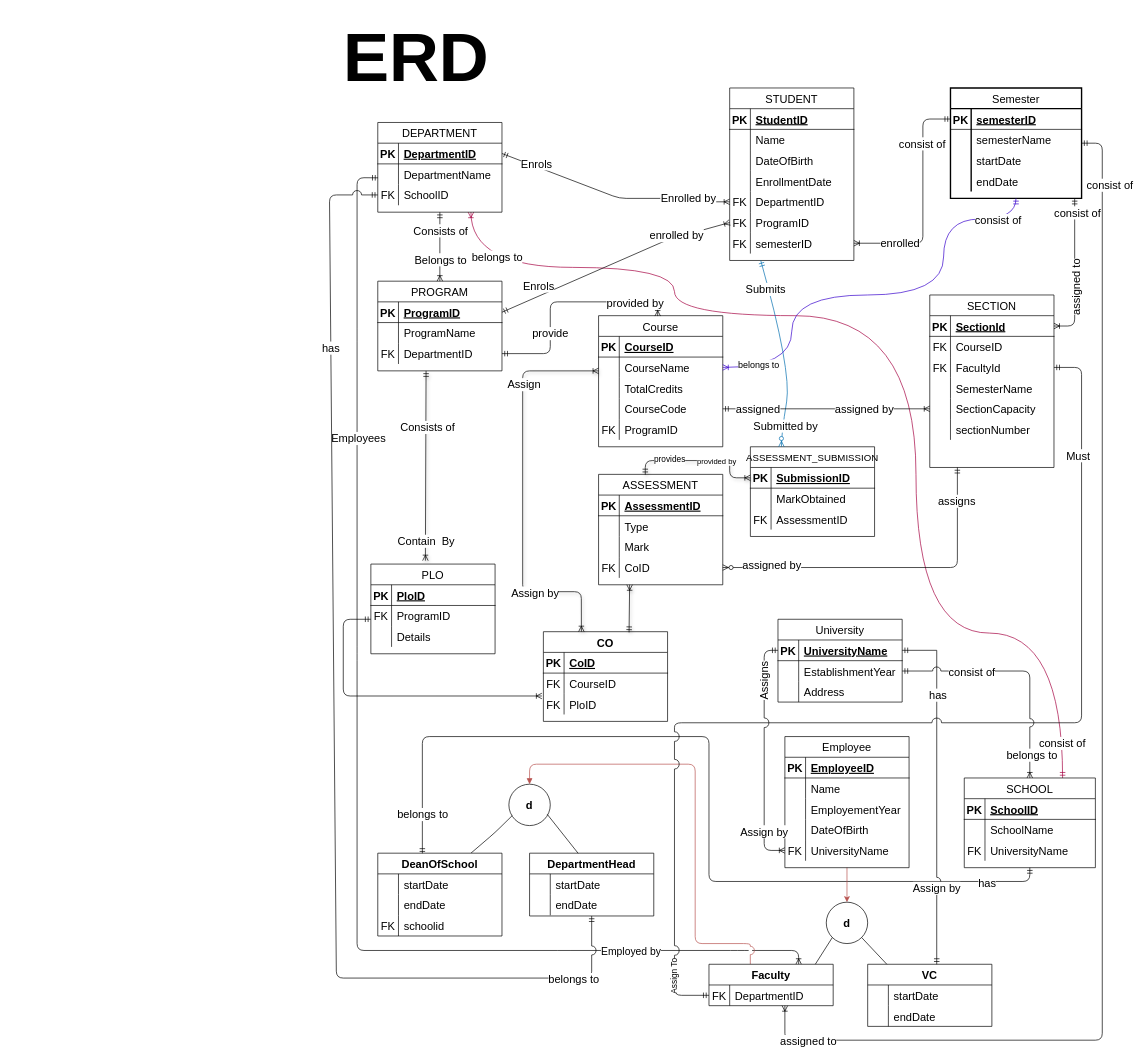
This is Report/Basic Draft/erd/ERDFINALVERSION.drawio from moon672/cse-303-1-spring-2021-group-3, a draw.io file, before an edit. Source tidied: cells renumbered, new cells numbered last; positions are measured from the earlier drawing's top-left corner, leaving out a move shared by most shapes. Both pictures are drawn from the tidied source at 69%, with x=0, y=0 at pixel (12, 12).
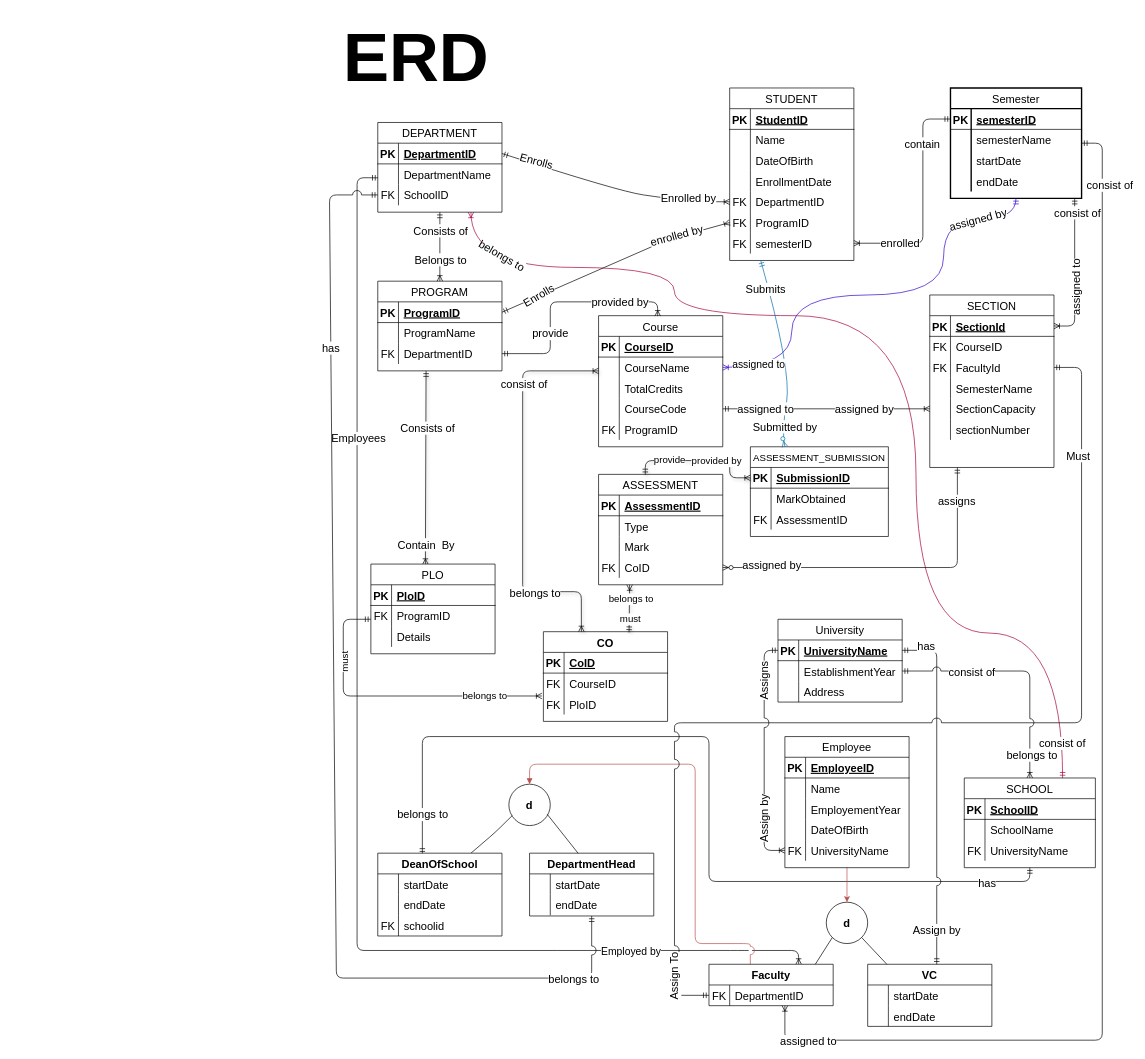
The same diagram, later.

Commit message (it also covers changes not shown here):
Buisness rules/ERD updated

Unchanged cells that the change refers to:
```xml
<mxCell id="15" style="shape=partialRectangle;fillColor=none;top=0;left=0;bottom=0;right=0;points=[[0,0.5],[1,0.5]];portConstraint=eastwest;fontSize=16;" parent="2" vertex="1">
  <mxGeometry y="150" width="180" height="30" as="geometry" />
</mxCell>
<mxCell id="24" style="edgeStyle=orthogonalEdgeStyle;jumpStyle=arc;jumpSize=12;jettySize=auto;html=1;exitX=0.75;exitY=1;exitDx=0;exitDy=0;entryX=0.75;entryY=0;entryDx=0;entryDy=0;startArrow=ERoneToMany;startFill=0;endArrow=ERmandOne;endFill=0;curved=1;fillColor=#d80073;strokeColor=#A50040;fontSize=16;" parent="1" edge="1" source="27" target="40">
  <mxGeometry relative="1" as="geometry">
    <Array as="points">
      <mxPoint x="665" y="370" />
      <mxPoint x="960" y="370" />
      <mxPoint x="960" y="440" />
      <mxPoint x="1310" y="440" />
      <mxPoint x="1310" y="900" />
      <mxPoint x="1523" y="900" />
    </Array>
  </mxGeometry>
</mxCell>
<mxCell id="28" style="shape=partialRectangle;fillColor=none;top=0;left=0;bottom=1;right=0;points=[[0,0.5],[1,0.5]];portConstraint=eastwest;fontSize=16;" parent="27" vertex="1">
  <mxGeometry y="30" width="180" height="30" as="geometry" />
</mxCell>
<mxCell id="63" style="endArrow=ERmandOne;html=1;entryX=1;entryY=0.5;entryDx=0;entryDy=0;endFill=0;startArrow=ERoneToMany;startFill=0;exitX=0;exitY=0.5;exitDx=0;exitDy=0;fontSize=16;" parent="1" edge="1" source="18" target="54">
  <mxGeometry relative="1" as="geometry">
    <Array as="points">
      <mxPoint x="950" y="330" />
    </Array>
  </mxGeometry>
</mxCell>
<mxCell id="90" style="shape=partialRectangle;fillColor=none;top=0;left=0;bottom=1;right=0;points=[[0,0.5],[1,0.5]];portConstraint=eastwest;fontSize=16;" parent="89" vertex="1">
  <mxGeometry y="30" width="180" height="30" as="geometry" />
</mxCell>
<mxCell id="128" value="PLO" style="shape=table;startSize=30;childLayout=tableLayout;rowLines=0;fontStyle=0;align=center;fontSize=16;" parent="1" vertex="1">
  <mxGeometry x="520" y="800" width="180" height="130" as="geometry" />
</mxCell>
<mxCell id="148" style="endArrow=ERoneToMany;html=1;shadow=1;entryX=0.25;entryY=1;entryDx=0;entryDy=0;jumpStyle=arc;jumpSize=13;startArrow=ERmandOne;startFill=0;endFill=0;exitX=0.69;exitY=0.008;exitDx=0;exitDy=0;exitPerimeter=0;fontSize=16;" parent="1" edge="1" source="138" target="99">
  <mxGeometry relative="1" as="geometry">
    <Array as="points">
      <mxPoint x="895" y="870" />
    </Array>
  </mxGeometry>
</mxCell>
<mxCell id="149" style="endArrow=ERoneToMany;html=1;shadow=1;entryX=0;entryY=0.667;entryDx=0;entryDy=0;exitX=0.306;exitY=0;exitDx=0;exitDy=0;endFill=0;startArrow=ERoneToMany;startFill=0;jumpStyle=arc;jumpSize=13;entryPerimeter=0;exitPerimeter=0;fontSize=16;" parent="1" edge="1" source="138" target="73">
  <mxGeometry relative="1" as="geometry">
    <Array as="points">
      <mxPoint x="825" y="840" />
      <mxPoint x="740" y="840" />
      <mxPoint x="740" y="740" />
      <mxPoint x="740" y="710" />
      <mxPoint x="740" y="520" />
    </Array>
  </mxGeometry>
</mxCell>
<mxCell id="152" style="edgeStyle=orthogonalEdgeStyle;rounded=1;jettySize=auto;html=1;entryX=-0.012;entryY=0.106;entryDx=0;entryDy=0;shadow=0;startArrow=ERmandOne;startFill=0;endArrow=ERoneToMany;endFill=0;fontSize=16;entryPerimeter=0;" parent="1" edge="1" target="145">
  <mxGeometry relative="1" as="geometry">
    <mxPoint x="520" y="880" as="sourcePoint" />
    <Array as="points">
      <mxPoint x="480" y="880" />
      <mxPoint x="480" y="991" />
    </Array>
  </mxGeometry>
</mxCell>
<mxCell id="153" style="edgeStyle=orthogonalEdgeStyle;rounded=1;jumpStyle=arc;jumpSize=13;jettySize=auto;html=1;exitX=0;exitY=0.5;exitDx=0;exitDy=0;entryX=0.376;entryY=0.003;entryDx=0;entryDy=0;shadow=1;startArrow=ERoneToMany;startFill=0;endArrow=ERmandOne;endFill=0;entryPerimeter=0;fontSize=16;" parent="1" edge="1" source="113" target="99">
  <mxGeometry relative="1" as="geometry">
    <Array as="points">
      <mxPoint x="1040" y="675" />
      <mxPoint x="1040" y="650" />
      <mxPoint x="918" y="650" />
    </Array>
  </mxGeometry>
</mxCell>
<mxCell id="189" style="edgeStyle=orthogonalEdgeStyle;rounded=1;jettySize=auto;html=1;exitX=1;exitY=0.5;exitDx=0;exitDy=0;startArrow=ERmandOne;startFill=0;endArrow=ERoneToMany;endFill=0;entryX=0.476;entryY=0.003;entryDx=0;entryDy=0;entryPerimeter=0;fontSize=16;" parent="1" edge="1" source="60" target="69">
  <mxGeometry relative="1" as="geometry" />
</mxCell>
<mxCell id="220" value="VC" style="shape=table;startSize=30;childLayout=tableLayout;rowLines=0;fontStyle=1;align=center;fontSize=16;" parent="1" vertex="1">
  <mxGeometry x="1240" y="1380" width="180" height="90" as="geometry" />
</mxCell>
<mxCell id="243" style="edgeStyle=orthogonalEdgeStyle;rounded=1;jettySize=auto;html=1;exitX=1;exitY=0.5;exitDx=0;exitDy=0;startArrow=ERmandOne;startFill=0;endArrow=ERmandOne;endFill=0;entryX=0;entryY=0.5;entryDx=0;entryDy=0;jumpStyle=arc;jumpSize=14;fontSize=16;" parent="1" edge="1" source="166">
  <mxGeometry relative="1" as="geometry">
    <mxPoint x="1010" y="1425" as="targetPoint" />
    <Array as="points">
      <mxPoint x="1550" y="515" />
      <mxPoint x="1550" y="1030" />
      <mxPoint x="960" y="1030" />
      <mxPoint x="960" y="1425" />
    </Array>
  </mxGeometry>
</mxCell>
<mxCell id="246" style="edgeStyle=orthogonalEdgeStyle;rounded=1;jettySize=auto;html=1;exitX=0;exitY=0.5;exitDx=0;exitDy=0;entryX=0;entryY=0.5;entryDx=0;entryDy=0;startArrow=ERmandOne;startFill=0;endArrow=ERoneToMany;endFill=0;jumpStyle=arc;jumpSize=14;fontSize=16;" parent="1" edge="1" source="90" target="206">
  <mxGeometry relative="1" as="geometry" />
</mxCell>
<mxCell id="262" style="edgeStyle=orthogonalEdgeStyle;rounded=1;jumpStyle=arc;jumpSize=14;jettySize=auto;html=1;exitX=0;exitY=0.5;exitDx=0;exitDy=0;entryX=1;entryY=0.5;entryDx=0;entryDy=0;fontSize=16;startArrow=ERmandOne;startFill=0;endArrow=ERoneToMany;endFill=0;" parent="1" edge="1" source="250" target="21">
  <mxGeometry relative="1" as="geometry">
    <Array as="points">
      <mxPoint x="1320" y="155" />
      <mxPoint x="1320" y="335" />
    </Array>
  </mxGeometry>
</mxCell>
<mxCell id="265" style="edgeStyle=orthogonalEdgeStyle;jumpStyle=arc;jumpSize=12;jettySize=auto;html=1;entryX=0.5;entryY=1;entryDx=0;entryDy=0;endArrow=ERmandOne;endFill=0;startArrow=ERoneToMany;startFill=0;curved=1;fillColor=#6a00ff;strokeColor=#3700CC;fontSize=16;" parent="1" edge="1" source="73" target="249">
  <mxGeometry relative="1" as="geometry">
    <Array as="points">
      <mxPoint x="1130" y="515" />
      <mxPoint x="1130" y="410" />
      <mxPoint x="1350" y="410" />
      <mxPoint x="1350" y="300" />
      <mxPoint x="1455" y="300" />
    </Array>
  </mxGeometry>
</mxCell>
<mxCell id="271" style="edgeStyle=orthogonalEdgeStyle;rounded=1;jumpStyle=arc;jumpSize=12;jettySize=auto;html=1;entryX=0;entryY=0.5;entryDx=0;entryDy=0;startArrow=ERmandOne;startFill=0;endArrow=ERoneToMany;endFill=0;fontSize=16;" parent="1" edge="1" source="79" target="172">
  <mxGeometry relative="1" as="geometry" />
</mxCell>
```

Diff of the diagram source:
```diff
@@
-    <mxCell id="25" value="belongs to" style="edgeLabel;html=1;align=center;verticalAlign=middle;fontSize=16;" parent="24" vertex="1">
+    <mxCell id="25" value="belongs to" style="edgeLabel;html=1;align=center;verticalAlign=middle;fontSize=16;rotation=30;" parent="24" vertex="1">
       <mxGeometry x="-0.91" y="-1" relative="1" as="geometry">
-        <mxPoint x="38.2" y="-11" as="offset" />
+        <mxPoint x="46" y="-13" as="offset" />
       </mxGeometry>
     </mxCell>
@@
-    <mxCell id="50" style="endArrow=ERmandOne;html=1;endFill=0;startArrow=ERoneToMany;startFill=0;exitX=0;exitY=0.5;exitDx=0;exitDy=0;entryX=1;entryY=0.5;entryDx=0;entryDy=0;jumpStyle=arc;jumpSize=14;fontSize=16;" parent="1" edge="1" source="15" target="28">
+    <mxCell id="50" style="endArrow=ERmandOne;html=1;endFill=0;startArrow=ERoneToMany;startFill=0;exitX=0;exitY=0.5;exitDx=0;exitDy=0;entryX=1;entryY=0.5;entryDx=0;entryDy=0;jumpStyle=arc;jumpSize=14;fontSize=16;curved=1;" parent="1" edge="1" source="15" target="28">
       <mxGeometry relative="1" as="geometry">
         <Array as="points">
           <mxPoint x="990" y="275" />
           <mxPoint x="950" y="270" />
-          <mxPoint x="880" y="270" />
+          <mxPoint x="880" y="260" />
         </Array>
       </mxGeometry>
     </mxCell>
@@
-    <mxCell id="52" value="Enrols" style="edgeLabel;html=1;align=center;verticalAlign=middle;fontSize=16;" parent="50" vertex="1">
+    <mxCell id="52" value="Enrolls" style="edgeLabel;html=1;align=center;verticalAlign=middle;fontSize=16;rotation=15;" parent="50" vertex="1">
       <mxGeometry x="0.5" y="1" relative="1" as="geometry">
         <mxPoint x="-30.3" y="-16.8" as="offset" />
       </mxGeometry>
     </mxCell>
@@
-    <mxCell id="64" value="Enrols" style="edgeLabel;html=1;align=center;verticalAlign=middle;fontSize=16;" parent="63" vertex="1">
+    <mxCell id="64" value="Enrolls" style="edgeLabel;html=1;align=center;verticalAlign=middle;fontSize=16;rotation=-30;" parent="63" vertex="1">
       <mxGeometry x="0.67" relative="1" as="geometry">
-        <mxPoint x="-1" y="-15" as="offset" />
+        <mxPoint x="-1" y="-1.2" as="offset" />
       </mxGeometry>
     </mxCell>
-    <mxCell id="65" value="enrolled by" style="edgeLabel;html=1;align=center;verticalAlign=middle;fontSize=16;" parent="63" vertex="1">
+    <mxCell id="65" value="enrolled by" style="edgeLabel;html=1;align=center;verticalAlign=middle;fontSize=16;rotation=-15;" parent="63" vertex="1">
       <mxGeometry x="-0.62" relative="1" as="geometry">
         <mxPoint x="-12" as="offset" />
       </mxGeometry>
     </mxCell>
@@
     <mxCell id="112" value="ASSESSMENT_SUBMISSION" style="shape=table;startSize=30;childLayout=tableLayout;rowLines=0;fontStyle=0;align=center;fontSize=14;" parent="1" vertex="1">
-      <mxGeometry x="1070" y="630" width="180" height="130" as="geometry" />
+      <mxGeometry x="1070" y="630" width="200" height="130" as="geometry" />
     </mxCell>
     <mxCell id="113" style="shape=partialRectangle;fillColor=none;top=0;left=0;bottom=1;right=0;points=[[0,0.5],[1,0.5]];portConstraint=eastwest;fontSize=16;" parent="112" vertex="1">
-      <mxGeometry y="30" width="180" height="30" as="geometry" />
+      <mxGeometry y="30" width="200" height="30" as="geometry" />
     </mxCell>
@@
     <mxCell id="115" value="SubmissionID" style="shape=partialRectangle;fillColor=none;top=0;left=0;bottom=0;right=0;align=left;spacingLeft=6;fontStyle=5;overflow=hidden;fontSize=16;" parent="113" vertex="1">
-      <mxGeometry x="30" width="150" height="30" as="geometry" />
+      <mxGeometry x="30" width="170" height="30" as="geometry" />
     </mxCell>
     <mxCell id="116" style="shape=partialRectangle;fillColor=none;top=0;left=0;bottom=0;right=0;fontSize=16;" parent="112" vertex="1">
-      <mxGeometry y="60" width="180" height="30" as="geometry" />
+      <mxGeometry y="60" width="200" height="30" as="geometry" />
     </mxCell>
@@
     <mxCell id="118" value="MarkObtained" style="shape=partialRectangle;fillColor=none;top=0;left=0;bottom=0;right=0;align=left;spacingLeft=6;overflow=hidden;fontSize=16;" parent="116" vertex="1">
-      <mxGeometry x="30" width="150" height="30" as="geometry" />
+      <mxGeometry x="30" width="170" height="30" as="geometry" />
     </mxCell>
     <mxCell id="119" style="shape=partialRectangle;fillColor=none;top=0;left=0;bottom=0;right=0;fontSize=16;" parent="112" vertex="1">
-      <mxGeometry y="90" width="180" height="30" as="geometry" />
+      <mxGeometry y="90" width="200" height="30" as="geometry" />
     </mxCell>
@@
     <mxCell id="121" value="AssessmentID" style="shape=partialRectangle;fillColor=none;top=0;left=0;bottom=0;right=0;align=left;spacingLeft=6;overflow=hidden;fontSize=16;" parent="119" vertex="1">
-      <mxGeometry x="30" width="150" height="30" as="geometry" />
+      <mxGeometry x="30" width="170" height="30" as="geometry" />
     </mxCell>
@@
-    <mxCell id="125" style="endArrow=ERmandOne;html=1;shadow=1;startArrow=ERoneToMany;startFill=0;endFill=0;jumpStyle=arc;jumpSize=13;exitX=0.439;exitY=-0.038;exitDx=0;exitDy=0;exitPerimeter=0;fontSize=16;" parent="1" edge="1" source="128">
+    <mxCell id="125" style="endArrow=ERmandOne;html=1;shadow=1;startArrow=ERoneToMany;startFill=0;endFill=0;jumpStyle=arc;jumpSize=13;exitX=0.439;exitY=0.003;exitDx=0;exitDy=0;exitPerimeter=0;fontSize=16;" parent="1" edge="1" source="128">
       <mxGeometry relative="1" as="geometry">
         <mxPoint x="600" y="520" as="targetPoint" />
         <Array as="points">
           <mxPoint x="600" y="720" />
           <mxPoint x="600" y="590" />
         </Array>
       </mxGeometry>
     </mxCell>
@@
+    <mxCell id="278" value="must" style="edgeLabel;html=1;align=center;verticalAlign=middle;fontSize=14;" parent="148" vertex="1">
+      <mxGeometry x="0.09" relative="1" as="geometry">
+        <mxPoint y="18.9" as="offset" />
+      </mxGeometry>
+    </mxCell>
+    <mxCell id="279" value="belongs to" style="edgeLabel;html=1;align=center;verticalAlign=middle;fontSize=14;" parent="148" vertex="1">
+      <mxGeometry x="0.11" y="-1" relative="1" as="geometry">
+        <mxPoint y="-10.4" as="offset" />
+      </mxGeometry>
+    </mxCell>
@@
-    <mxCell id="150" value="Assign" style="edgeLabel;html=1;align=center;verticalAlign=middle;fontSize=16;" parent="149" vertex="1">
+    <mxCell id="150" value="consist of" style="edgeLabel;html=1;align=center;verticalAlign=middle;fontSize=16;" parent="149" vertex="1">
       <mxGeometry x="0.55" y="-1" relative="1" as="geometry" />
     </mxCell>
-    <mxCell id="151" value="Assign by" style="edgeLabel;html=1;align=center;verticalAlign=middle;fontSize=16;" parent="149" vertex="1">
+    <mxCell id="151" value="belongs to" style="edgeLabel;html=1;align=center;verticalAlign=middle;fontSize=16;" parent="149" vertex="1">
       <mxGeometry x="-0.56" y="1" relative="1" as="geometry" />
     </mxCell>
@@
+    <mxCell id="280" value="must" style="edgeLabel;html=1;align=center;verticalAlign=middle;fontSize=14;rotation=-90;" parent="152" vertex="1">
+      <mxGeometry x="-0.53" y="2" relative="1" as="geometry" />
+    </mxCell>
+    <mxCell id="281" value="belongs to" style="edgeLabel;html=1;align=center;verticalAlign=middle;fontSize=14;" parent="152" vertex="1">
+      <mxGeometry x="0.62" y="1" relative="1" as="geometry" />
+    </mxCell>
@@
-    <mxCell id="154" value="provides" style="edgeLabel;html=1;align=center;verticalAlign=middle;fontSize=12;" parent="153" vertex="1">
+    <mxCell id="154" value="provide" style="edgeLabel;html=1;align=center;verticalAlign=middle;fontSize=14;" parent="153" vertex="1">
       <mxGeometry x="0.58" y="-2" relative="1" as="geometry">
         <mxPoint x="13.1" as="offset" />
       </mxGeometry>
     </mxCell>
-    <mxCell id="155" value="provided by" style="edgeLabel;html=1;align=center;verticalAlign=middle;fontSize=11;" parent="153" vertex="1">
+    <mxCell id="155" value="provided by" style="edgeLabel;html=1;align=center;verticalAlign=middle;fontSize=14;" parent="153" vertex="1">
       <mxGeometry x="-0.36" relative="1" as="geometry">
         <mxPoint x="-11.4" as="offset" />
       </mxGeometry>
     </mxCell>
@@
     <mxCell id="191" value="provided by" style="edgeLabel;html=1;align=center;verticalAlign=middle;fontSize=16;" parent="189" vertex="1">
-      <mxGeometry x="0.66" y="-1" relative="1" as="geometry" />
+      <mxGeometry x="0.66" y="-1" relative="1" as="geometry">
+        <mxPoint x="-21.2" y="-1" as="offset" />
+      </mxGeometry>
     </mxCell>
@@
-    <mxCell id="240" style="edgeStyle=orthogonalEdgeStyle;rounded=0;jettySize=auto;html=1;exitX=1;exitY=0.5;exitDx=0;exitDy=0;endArrow=ERmandOne;endFill=0;startArrow=ERmandOne;startFill=0;jumpStyle=arc;jumpSize=12;entryX=0.556;entryY=0;entryDx=0;entryDy=0;entryPerimeter=0;fontSize=16;" parent="1" edge="1" source="90" target="220">
+    <mxCell id="240" style="edgeStyle=orthogonalEdgeStyle;rounded=1;jettySize=auto;html=1;exitX=1;exitY=0.5;exitDx=0;exitDy=0;endArrow=ERmandOne;endFill=0;startArrow=ERmandOne;startFill=0;jumpStyle=arc;jumpSize=12;entryX=0.556;entryY=0;entryDx=0;entryDy=0;entryPerimeter=0;fontSize=16;" parent="1" edge="1" source="90" target="220">
       <mxGeometry relative="1" as="geometry">
         <Array as="points">
           <mxPoint x="1340" y="925" />
         </Array>
       </mxGeometry>
     </mxCell>
     <mxCell id="241" value="has&amp;nbsp;" style="edgeLabel;html=1;align=center;verticalAlign=middle;fontSize=16;" parent="240" vertex="1">
       <mxGeometry x="-0.54" y="3" relative="1" as="geometry">
-        <mxPoint y="-1" as="offset" />
+        <mxPoint x="-16.1" y="-72.1" as="offset" />
       </mxGeometry>
     </mxCell>
     <mxCell id="242" value="Assign by" style="edgeLabel;html=1;align=center;verticalAlign=middle;fontSize=16;" parent="240" vertex="1">
       <mxGeometry x="0.56" y="-1" relative="1" as="geometry">
-        <mxPoint y="1" as="offset" />
+        <mxPoint y="62.1" as="offset" />
       </mxGeometry>
     </mxCell>
@@
-    <mxCell id="244" value="Assign To" style="edgeLabel;html=1;align=center;verticalAlign=middle;fontSize=12;rotation=-90;" parent="243" vertex="1">
+    <mxCell id="244" value="Assign To" style="edgeLabel;html=1;align=center;verticalAlign=middle;fontSize=16;rotation=-90;" parent="243" vertex="1">
       <mxGeometry x="0.89" y="-2" relative="1" as="geometry">
         <mxPoint x="2" y="10.7" as="offset" />
       </mxGeometry>
     </mxCell>
@@
-    <mxCell id="248" value="Assign by" style="edgeLabel;html=1;align=center;verticalAlign=middle;fontSize=16;" parent="246" vertex="1">
-      <mxGeometry x="0.66" y="-1" relative="1" as="geometry" />
+    <mxCell id="248" value="Assign by" style="edgeLabel;html=1;align=center;verticalAlign=middle;fontSize=16;rotation=-90;" parent="246" vertex="1">
+      <mxGeometry x="0.66" y="-1" relative="1" as="geometry">
+        <mxPoint y="-17" as="offset" />
+      </mxGeometry>
     </mxCell>
@@
-    <mxCell id="264" value="consist of" style="edgeLabel;html=1;align=center;verticalAlign=middle;fontSize=16;" parent="262" vertex="1">
+    <mxCell id="264" value="contain" style="edgeLabel;html=1;align=center;verticalAlign=middle;fontSize=16;" parent="262" vertex="1">
       <mxGeometry x="-0.53" y="-2" relative="1" as="geometry" />
     </mxCell>
@@
-    <mxCell id="266" value="belongs to" style="edgeLabel;html=1;align=center;verticalAlign=middle;fontSize=13;" parent="265" vertex="1">
+    <mxCell id="266" value="assigned to" style="edgeLabel;html=1;align=center;verticalAlign=middle;fontSize=15;" parent="265" vertex="1">
       <mxGeometry x="-0.83" relative="1" as="geometry">
         <mxPoint x="-5.8" y="-5" as="offset" />
       </mxGeometry>
     </mxCell>
-    <mxCell id="267" value="consist of" style="edgeLabel;html=1;align=center;verticalAlign=middle;fontSize=16;" parent="265" vertex="1">
-      <mxGeometry x="0.83" y="-1" relative="1" as="geometry" />
+    <mxCell id="267" value="assigned by" style="edgeLabel;html=1;align=center;verticalAlign=middle;fontSize=16;rotation=-15;" parent="265" vertex="1">
+      <mxGeometry x="0.83" y="-1" relative="1" as="geometry">
+        <mxPoint x="-29" as="offset" />
+      </mxGeometry>
     </mxCell>
@@
-    <mxCell id="272" value="assigned" style="edgeLabel;html=1;align=center;verticalAlign=middle;fontSize=16;" parent="271" vertex="1">
+    <mxCell id="272" value="assigned to" style="edgeLabel;html=1;align=center;verticalAlign=middle;fontSize=16;" parent="271" vertex="1">
       <mxGeometry x="-0.74" y="1" relative="1" as="geometry">
-        <mxPoint x="11.7" as="offset" />
+        <mxPoint x="22" as="offset" />
       </mxGeometry>
     </mxCell>
```
